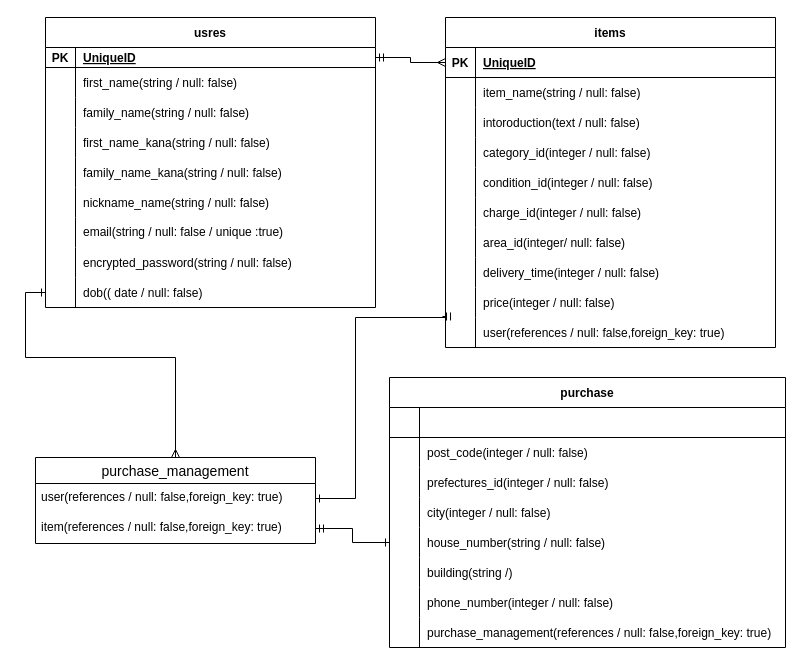
This is page "ページ1" (1 of 2) of ER.dio from YUKOU-s2/furima-34806, a draw.io file, before an edit. Source tidied: cells renumbered, new cells numbered last; positions are measured from the earlier drawing's top-left corner, leaving out a move shared by most shapes. Both pictures are drawn from the tidied source at 100%, with x=0, y=0 at pixel (25, 17).
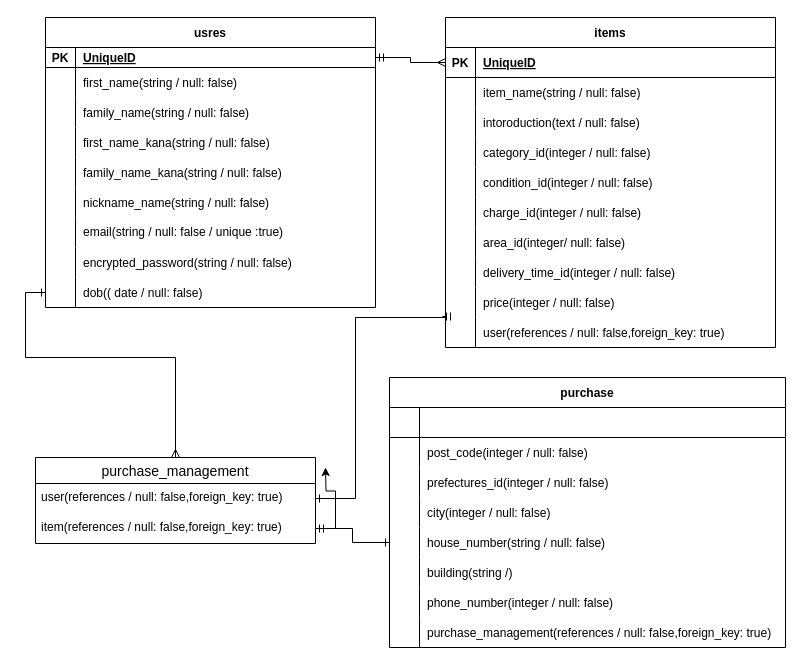
Above is the later version.

Commit message:
データベース設計マージ

The change refers to these unchanged cells:
```xml
<mxCell id="52" style="shape=partialRectangle;fillColor=none;top=0;left=0;bottom=0;right=0;" parent="30" vertex="1">
  <mxGeometry y="240" width="330" height="30" as="geometry" />
</mxCell>
<mxCell id="90" value="item(references / null: false,foreign_key: true)" style="text;strokeColor=none;fillColor=none;spacingLeft=4;spacingRight=4;overflow=hidden;points=[[0,0.5],[1,0.5]];portConstraint=eastwest;fontSize=12;" parent="88" vertex="1">
  <mxGeometry y="56" width="280" height="30" as="geometry" />
</mxCell>
```

Diff of the diagram source:
```diff
@@
-    <mxCell id="54" value="delivery_time(integer / null: false)" style="shape=partialRectangle;fillColor=none;top=0;left=0;bottom=0;right=0;align=left;spacingLeft=6;overflow=hidden;" parent="52" vertex="1">
+    <mxCell id="54" value="delivery_time_id(integer / null: false)" style="shape=partialRectangle;fillColor=none;top=0;left=0;bottom=0;right=0;align=left;spacingLeft=6;overflow=hidden;" parent="52" vertex="1">
       <mxGeometry x="30" width="300" height="30" as="geometry" />
     </mxCell>
@@
+    <mxCell id="93" style="edgeStyle=orthogonalEdgeStyle;rounded=0;jettySize=auto;html=1;" parent="1" edge="1" source="90">
+      <mxGeometry relative="1" as="geometry">
+        <mxPoint x="300" y="450" as="targetPoint" />
+      </mxGeometry>
+    </mxCell>
```
